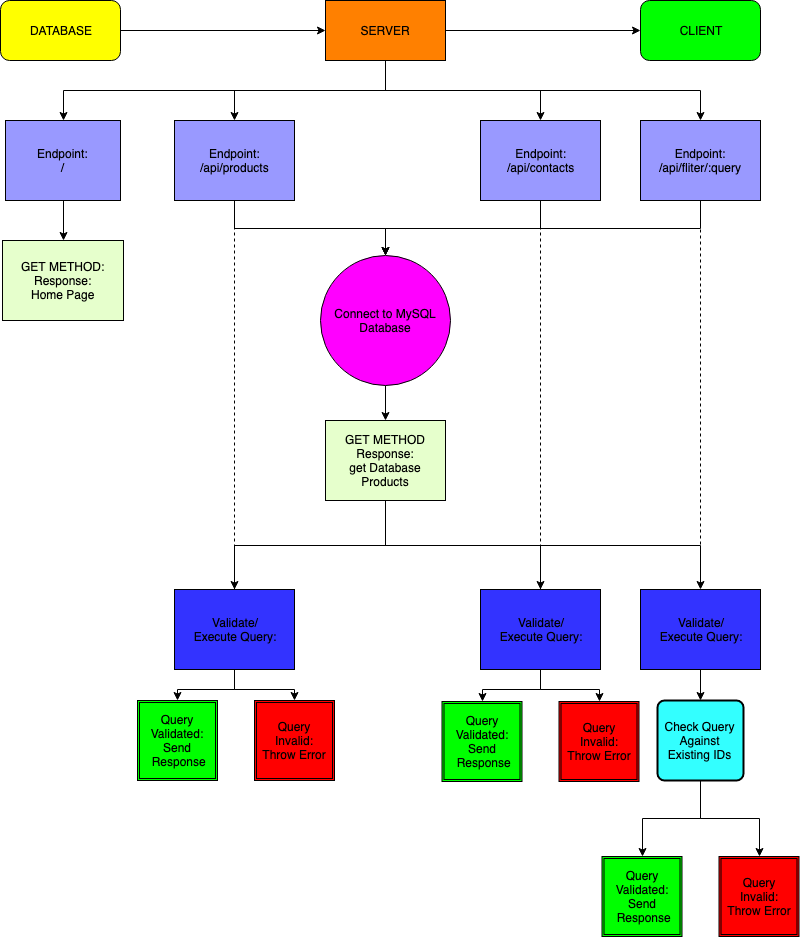
Earlier version of the draw.io export design/Functional_Diagram.png (ConnorNicholson/Project-5-Authentication). Source tidied: cells renumbered, new cells last; positions are measured from the earlier drawing's top-left corner, leaving out a move shared by most shapes.
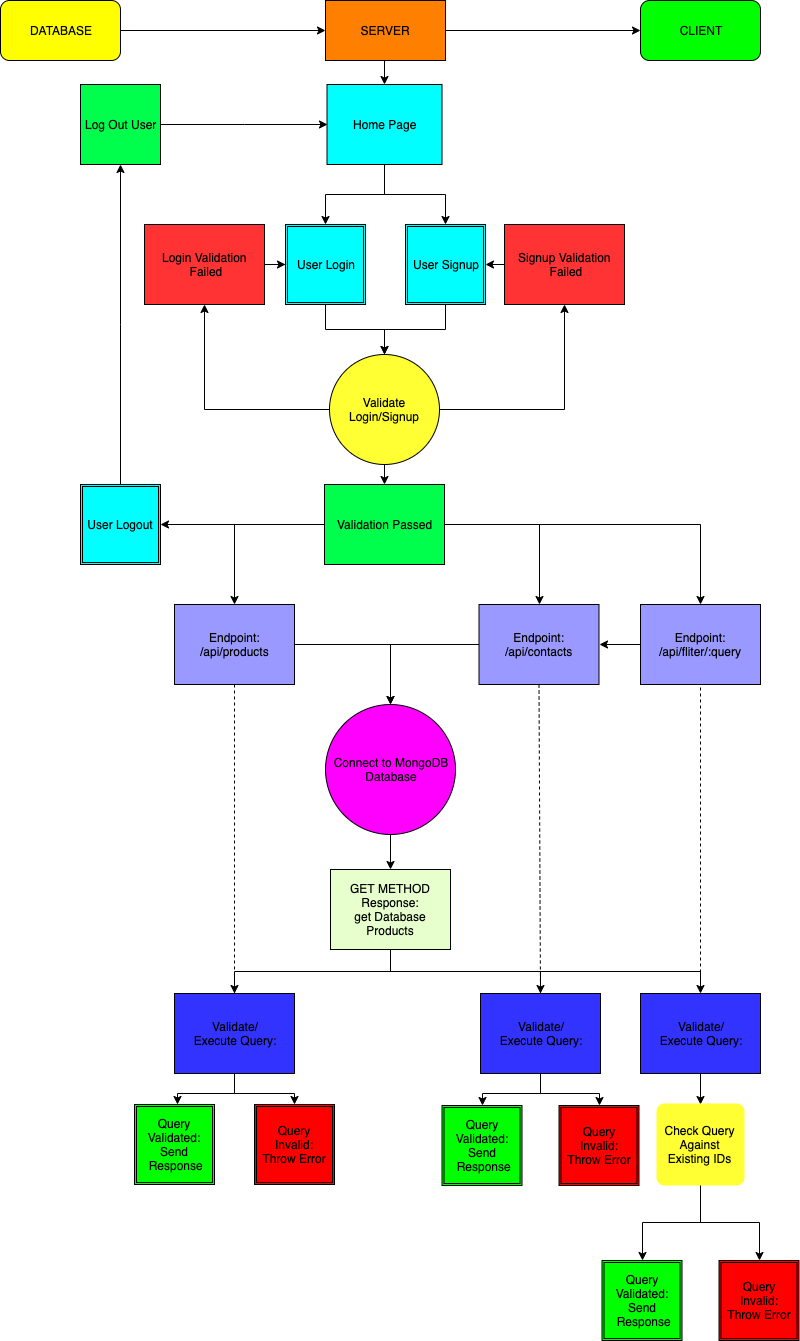
After the commit.

Commit message:
Update to Functional Diagram

Diff of the diagram source:
```diff
@@ -5,18 +5,9 @@
     <mxCell id="2" style="edgeStyle=orthogonalEdgeStyle;rounded=0;jettySize=auto;html=1;exitX=1;exitY=0.5;exitDx=0;exitDy=0;entryX=0;entryY=0.5;entryDx=0;entryDy=0;" parent="1" edge="1" source="7" target="10">
       <mxGeometry relative="1" as="geometry" />
     </mxCell>
-    <mxCell id="3" style="edgeStyle=orthogonalEdgeStyle;rounded=0;jettySize=auto;html=1;exitX=0.5;exitY=1;exitDx=0;exitDy=0;entryX=0.5;entryY=0;entryDx=0;entryDy=0;" parent="1" edge="1" source="7" target="12">
-      <mxGeometry relative="1" as="geometry" />
-    </mxCell>
-    <mxCell id="4" style="edgeStyle=orthogonalEdgeStyle;rounded=0;jettySize=auto;html=1;exitX=0.5;exitY=1;exitDx=0;exitDy=0;entryX=0.5;entryY=0;entryDx=0;entryDy=0;" parent="1" edge="1" source="7" target="16">
-      <mxGeometry relative="1" as="geometry" />
-    </mxCell>
-    <mxCell id="5" style="edgeStyle=orthogonalEdgeStyle;rounded=0;jettySize=auto;html=1;exitX=0.5;exitY=1;exitDx=0;exitDy=0;" parent="1" edge="1" source="7" target="14">
-      <mxGeometry relative="1" as="geometry" />
-    </mxCell>
-    <mxCell id="6" style="edgeStyle=orthogonalEdgeStyle;rounded=0;jettySize=auto;html=1;exitX=0.5;exitY=1;exitDx=0;exitDy=0;" parent="1" edge="1" source="7" target="18">
-      <mxGeometry relative="1" as="geometry" />
-    </mxCell>
+    <mxCell id="46" style="edgeStyle=orthogonalEdgeStyle;rounded=0;jettySize=auto;html=1;exitX=0.5;exitY=1;exitDx=0;exitDy=0;entryX=0.5;entryY=0;entryDx=0;entryDy=0;" parent="1" edge="1" source="7" target="50">
+      <mxGeometry relative="1" as="geometry" />
+    </mxCell>
     <mxCell id="7" value="SERVER" style="rounded=0;whiteSpace=wrap;html=1;fillColor=#FF8000;" parent="1" vertex="1">
       <mxGeometry x="325" width="120" height="60" as="geometry" />
     </mxCell>
@@ -29,38 +20,29 @@
     <mxCell id="10" value="CLIENT" style="rounded=1;whiteSpace=wrap;html=1;fillColor=#00FF00;" parent="1" vertex="1">
       <mxGeometry x="640" width="120" height="60" as="geometry" />
     </mxCell>
-    <mxCell id="11" style="edgeStyle=orthogonalEdgeStyle;rounded=0;jettySize=auto;html=1;exitX=0.5;exitY=1;exitDx=0;exitDy=0;entryX=0.5;entryY=0;entryDx=0;entryDy=0;" parent="1" edge="1" source="12" target="19">
-      <mxGeometry relative="1" as="geometry" />
-    </mxCell>
-    <mxCell id="12" value="Endpoint:&lt;br&gt;/" style="html=1;fillColor=#9999FF;" parent="1" vertex="1">
-      <mxGeometry x="5" y="120" width="115" height="80" as="geometry" />
-    </mxCell>
-    <mxCell id="13" style="edgeStyle=orthogonalEdgeStyle;rounded=0;jettySize=auto;html=1;exitX=0.5;exitY=1;exitDx=0;exitDy=0;entryX=0.5;entryY=0;entryDx=0;entryDy=0;" parent="1" edge="1" source="14" target="21">
-      <mxGeometry relative="1" as="geometry" />
-    </mxCell>
+    <mxCell id="47" style="edgeStyle=orthogonalEdgeStyle;rounded=0;jettySize=auto;html=1;exitX=0;exitY=0.5;exitDx=0;exitDy=0;entryX=1;entryY=0.5;entryDx=0;entryDy=0;" parent="1" edge="1" source="14" target="18">
+      <mxGeometry relative="1" as="geometry" />
+    </mxCell>
     <mxCell id="14" value="Endpoint:&lt;br&gt;/api/fliter/:query" style="html=1;fillColor=#9999FF;" parent="1" vertex="1">
-      <mxGeometry x="640" y="120" width="120" height="80" as="geometry" />
+      <mxGeometry x="640" y="604" width="120" height="80" as="geometry" />
     </mxCell>
-    <mxCell id="15" style="edgeStyle=orthogonalEdgeStyle;rounded=0;jettySize=auto;html=1;exitX=0.5;exitY=1;exitDx=0;exitDy=0;" parent="1" edge="1" source="16" target="21">
+    <mxCell id="15" style="edgeStyle=orthogonalEdgeStyle;rounded=0;jettySize=auto;html=1;exitX=1;exitY=0.5;exitDx=0;exitDy=0;entryX=0.5;entryY=0;entryDx=0;entryDy=0;" parent="1" edge="1" source="16" target="21">
       <mxGeometry relative="1" as="geometry" />
     </mxCell>
     <mxCell id="16" value="Endpoint:&lt;br&gt;/api/products" style="html=1;fillColor=#9999FF;" parent="1" vertex="1">
-      <mxGeometry x="174" y="120" width="120" height="80" as="geometry" />
+      <mxGeometry x="174" y="604" width="120" height="80" as="geometry" />
     </mxCell>
-    <mxCell id="17" style="edgeStyle=orthogonalEdgeStyle;rounded=0;jettySize=auto;html=1;exitX=0.5;exitY=1;exitDx=0;exitDy=0;entryX=0.5;entryY=0;entryDx=0;entryDy=0;" parent="1" edge="1" source="18" target="21">
+    <mxCell id="17" style="edgeStyle=orthogonalEdgeStyle;rounded=0;jettySize=auto;html=1;exitX=0;exitY=0.5;exitDx=0;exitDy=0;entryX=0.5;entryY=0;entryDx=0;entryDy=0;" parent="1" edge="1" source="18" target="21">
       <mxGeometry relative="1" as="geometry" />
     </mxCell>
     <mxCell id="18" value="Endpoint:&lt;br&gt;/api/contacts" style="html=1;fillColor=#9999FF;" parent="1" vertex="1">
-      <mxGeometry x="480" y="120" width="120" height="80" as="geometry" />
+      <mxGeometry x="478.5" y="604" width="120" height="80" as="geometry" />
     </mxCell>
-    <mxCell id="19" value="GET METHOD:&lt;br&gt;Response:&lt;br&gt;Home Page" style="html=1;fillColor=#E6FFCC;" parent="1" vertex="1">
-      <mxGeometry x="2" y="240" width="121" height="80" as="geometry" />
-    </mxCell>
     <mxCell id="20" style="edgeStyle=orthogonalEdgeStyle;rounded=0;jettySize=auto;html=1;exitX=0.5;exitY=1;exitDx=0;exitDy=0;entryX=0.5;entryY=0;entryDx=0;entryDy=0;" parent="1" edge="1" source="21" target="25">
       <mxGeometry relative="1" as="geometry" />
     </mxCell>
-    <mxCell id="21" value="Connect to MySQL&lt;br&gt;Database" style="ellipse;whiteSpace=wrap;html=1;fillColor=#FF00FF;" parent="1" vertex="1">
-      <mxGeometry x="320" y="255" width="130" height="130" as="geometry" />
+    <mxCell id="21" value="Connect to MongoDB&lt;br&gt;Database" style="ellipse;whiteSpace=wrap;html=1;fillColor=#FF00FF;" parent="1" vertex="1">
+      <mxGeometry x="325" y="704" width="130" height="130" as="geometry" />
     </mxCell>
     <mxCell id="22" style="edgeStyle=orthogonalEdgeStyle;rounded=0;jettySize=auto;html=1;exitX=0.5;exitY=1;exitDx=0;exitDy=0;" parent="1" edge="1" source="25" target="31">
       <mxGeometry relative="1" as="geometry" />
@@ -72,16 +54,18 @@
       <mxGeometry relative="1" as="geometry" />
     </mxCell>
     <mxCell id="25" value="GET METHOD&lt;br&gt;Response:&lt;br&gt;get Database&lt;br&gt;Products" style="rounded=0;whiteSpace=wrap;html=1;fillColor=#E6FFCC;" parent="1" vertex="1">
-      <mxGeometry x="325" y="420" width="120" height="80" as="geometry" />
+      <mxGeometry x="330" y="869" width="120" height="80" as="geometry" />
     </mxCell>
-    <mxCell id="26" style="edgeStyle=orthogonalEdgeStyle;rounded=0;jettySize=auto;html=1;exitX=0.5;exitY=1;exitDx=0;exitDy=0;entryX=0.5;entryY=0;entryDx=0;entryDy=0;" parent="1" edge="1" source="28" target="38">
-      <mxGeometry relative="1" as="geometry" />
+    <mxCell id="26" style="edgeStyle=orthogonalEdgeStyle;rounded=0;jettySize=auto;html=1;exitX=0.5;exitY=1;exitDx=0;exitDy=0;entryX=0.5;entryY=0;entryDx=0;entryDy=0;" parent="1" edge="1" source="28">
+      <mxGeometry relative="1" as="geometry">
+        <mxPoint x="177" y="1104" as="targetPoint" />
+      </mxGeometry>
     </mxCell>
     <mxCell id="27" style="edgeStyle=orthogonalEdgeStyle;rounded=0;jettySize=auto;html=1;exitX=0.5;exitY=1;exitDx=0;exitDy=0;entryX=0.5;entryY=0;entryDx=0;entryDy=0;" parent="1" edge="1" source="28" target="37">
       <mxGeometry relative="1" as="geometry" />
     </mxCell>
     <mxCell id="28" value="Validate/&lt;br&gt;Execute Query:" style="rounded=0;whiteSpace=wrap;html=1;fillColor=#3333FF;" parent="1" vertex="1">
-      <mxGeometry x="174" y="589" width="120" height="80" as="geometry" />
+      <mxGeometry x="174" y="993" width="120" height="80" as="geometry" />
     </mxCell>
     <mxCell id="29" style="edgeStyle=orthogonalEdgeStyle;rounded=0;jettySize=auto;html=1;exitX=0.5;exitY=1;exitDx=0;exitDy=0;entryX=0.5;entryY=0;entryDx=0;entryDy=0;" parent="1" edge="1" source="31" target="40">
       <mxGeometry relative="1" as="geometry" />
@@ -90,13 +74,13 @@
       <mxGeometry relative="1" as="geometry" />
     </mxCell>
     <mxCell id="31" value="Validate/&lt;br&gt;Execute Query:" style="rounded=0;whiteSpace=wrap;html=1;fillColor=#3333FF;" parent="1" vertex="1">
-      <mxGeometry x="480" y="589" width="120" height="80" as="geometry" />
+      <mxGeometry x="480" y="993" width="120" height="80" as="geometry" />
     </mxCell>
     <mxCell id="32" style="edgeStyle=orthogonalEdgeStyle;rounded=0;jettySize=auto;html=1;exitX=0.5;exitY=1;exitDx=0;exitDy=0;" parent="1" edge="1" source="33" target="43">
       <mxGeometry relative="1" as="geometry" />
     </mxCell>
     <mxCell id="33" value="Validate/&lt;br&gt;Execute Query:" style="rounded=0;whiteSpace=wrap;html=1;fillColor=#3333FF;" parent="1" vertex="1">
-      <mxGeometry x="640" y="589" width="120" height="80" as="geometry" />
+      <mxGeometry x="640" y="993" width="120" height="80" as="geometry" />
     </mxCell>
     <mxCell id="34" style="endArrow=none;dashed=1;html=1;entryX=0.5;entryY=1;entryDx=0;entryDy=0;exitX=0.5;exitY=0;exitDx=0;exitDy=0;" parent="1" edge="1" source="28" target="16">
       <mxGeometry relative="1" as="geometry" />
@@ -106,20 +90,20 @@
     </mxCell>
     <mxCell id="36" style="endArrow=none;dashed=1;html=1;entryX=0.5;entryY=1;entryDx=0;entryDy=0;" parent="1" edge="1" target="14">
       <mxGeometry relative="1" as="geometry">
-        <mxPoint x="700" y="574" as="sourcePoint" />
+        <mxPoint x="700" y="978" as="sourcePoint" />
       </mxGeometry>
     </mxCell>
     <mxCell id="37" value="Query Invalid:&lt;br&gt;Throw Error" style="shape=ext;double=1;whiteSpace=wrap;html=1;fillColor=#FF0000;" parent="1" vertex="1">
-      <mxGeometry x="254" y="700" width="80" height="80" as="geometry" />
+      <mxGeometry x="254" y="1104" width="80" height="80" as="geometry" />
     </mxCell>
     <mxCell id="38" value="Query&lt;br&gt;Validated:&lt;br&gt;Send&lt;br&gt;&amp;nbsp;Response" style="shape=ext;double=1;whiteSpace=wrap;html=1;fillColor=#00FF00;" parent="1" vertex="1">
-      <mxGeometry x="137" y="700" width="80" height="80" as="geometry" />
+      <mxGeometry x="134" y="1104" width="80" height="80" as="geometry" />
     </mxCell>
     <mxCell id="39" value="Query Invalid:&lt;br&gt;Throw Error" style="shape=ext;double=1;whiteSpace=wrap;html=1;fillColor=#FF0000;" parent="1" vertex="1">
-      <mxGeometry x="558.5" y="701" width="80" height="80" as="geometry" />
+      <mxGeometry x="558.5" y="1105" width="80" height="80" as="geometry" />
     </mxCell>
     <mxCell id="40" value="Query&lt;br&gt;Validated:&lt;br&gt;Send&lt;br&gt;&amp;nbsp;Response" style="shape=ext;double=1;whiteSpace=wrap;html=1;fillColor=#00FF00;" parent="1" vertex="1">
-      <mxGeometry x="441.5" y="701" width="80" height="80" as="geometry" />
+      <mxGeometry x="441.5" y="1105" width="80" height="80" as="geometry" />
     </mxCell>
     <mxCell id="41" style="edgeStyle=orthogonalEdgeStyle;rounded=0;jettySize=auto;html=1;exitX=0.5;exitY=1;exitDx=0;exitDy=0;" parent="1" edge="1" source="43" target="45">
       <mxGeometry relative="1" as="geometry" />
@@ -127,14 +111,86 @@
     <mxCell id="42" style="edgeStyle=orthogonalEdgeStyle;rounded=0;jettySize=auto;html=1;exitX=0.5;exitY=1;exitDx=0;exitDy=0;entryX=0.5;entryY=0;entryDx=0;entryDy=0;" parent="1" edge="1" source="43" target="44">
       <mxGeometry relative="1" as="geometry" />
     </mxCell>
-    <mxCell id="43" value="Check Query Against Existing IDs" style="rounded=1;whiteSpace=wrap;html=1;absoluteArcSize=1;arcSize=14;strokeWidth=2;fillColor=#33FFFF;" parent="1" vertex="1">
-      <mxGeometry x="657" y="700" width="86" height="80" as="geometry" />
+    <mxCell id="43" value="Check Query Against Existing IDs" style="rounded=1;whiteSpace=wrap;html=1;absoluteArcSize=1;arcSize=14;strokeWidth=2;fillColor=#FFFF33;strokeColor=#FFFF33;" parent="1" vertex="1">
+      <mxGeometry x="657" y="1104" width="86" height="80" as="geometry" />
     </mxCell>
     <mxCell id="44" value="Query Invalid:&lt;br&gt;Throw Error" style="shape=ext;double=1;whiteSpace=wrap;html=1;fillColor=#FF0000;" parent="1" vertex="1">
-      <mxGeometry x="718.5" y="856" width="80" height="80" as="geometry" />
+      <mxGeometry x="718.5" y="1260" width="80" height="80" as="geometry" />
     </mxCell>
     <mxCell id="45" value="Query&lt;br&gt;Validated:&lt;br&gt;Send&lt;br&gt;&amp;nbsp;Response" style="shape=ext;double=1;whiteSpace=wrap;html=1;fillColor=#00FF00;" parent="1" vertex="1">
-      <mxGeometry x="601.5" y="856" width="80" height="80" as="geometry" />
+      <mxGeometry x="601.5" y="1260" width="80" height="80" as="geometry" />
     </mxCell>
+    <mxCell id="48" style="edgeStyle=orthogonalEdgeStyle;rounded=0;jettySize=auto;html=1;exitX=0.5;exitY=1;exitDx=0;exitDy=0;entryX=0.5;entryY=0;entryDx=0;entryDy=0;" parent="1" edge="1" source="50" target="52">
+      <mxGeometry relative="1" as="geometry" />
+    </mxCell>
+    <mxCell id="49" style="edgeStyle=orthogonalEdgeStyle;rounded=0;jettySize=auto;html=1;exitX=0.5;exitY=1;exitDx=0;exitDy=0;entryX=0.5;entryY=0;entryDx=0;entryDy=0;" parent="1" edge="1" source="50" target="54">
+      <mxGeometry relative="1" as="geometry" />
+    </mxCell>
+    <mxCell id="50" value="Home Page" style="html=1;fillColor=#00FFFF;" parent="1" vertex="1">
+      <mxGeometry x="326.5" y="84" width="115" height="80" as="geometry" />
+    </mxCell>
+    <mxCell id="51" style="edgeStyle=orthogonalEdgeStyle;rounded=0;jettySize=auto;html=1;entryX=0.5;entryY=0;entryDx=0;entryDy=0;" parent="1" edge="1" source="52" target="58">
+      <mxGeometry relative="1" as="geometry" />
+    </mxCell>
+    <mxCell id="52" value="User Login" style="shape=ext;double=1;whiteSpace=wrap;html=1;fillColor=#00FFFF;" parent="1" vertex="1">
+      <mxGeometry x="285" y="224" width="80" height="80" as="geometry" />
+    </mxCell>
+    <mxCell id="53" style="edgeStyle=orthogonalEdgeStyle;rounded=0;jettySize=auto;html=1;entryX=0.5;entryY=0;entryDx=0;entryDy=0;" parent="1" edge="1" source="54" target="58">
+      <mxGeometry relative="1" as="geometry" />
+    </mxCell>
+    <mxCell id="54" value="User Signup" style="shape=ext;double=1;whiteSpace=wrap;html=1;fillColor=#00FFFF;" parent="1" vertex="1">
+      <mxGeometry x="405" y="224" width="80" height="80" as="geometry" />
+    </mxCell>
+    <mxCell id="55" style="edgeStyle=orthogonalEdgeStyle;rounded=0;jettySize=auto;html=1;entryX=0.5;entryY=1;entryDx=0;entryDy=0;" parent="1" edge="1" source="58" target="60">
+      <mxGeometry relative="1" as="geometry" />
+    </mxCell>
+    <mxCell id="56" style="edgeStyle=orthogonalEdgeStyle;rounded=0;jettySize=auto;html=1;entryX=0.5;entryY=1;entryDx=0;entryDy=0;" parent="1" edge="1" source="58" target="62">
+      <mxGeometry relative="1" as="geometry" />
+    </mxCell>
+    <mxCell id="57" style="edgeStyle=orthogonalEdgeStyle;rounded=0;jettySize=auto;html=1;exitX=0.5;exitY=1;exitDx=0;exitDy=0;entryX=0.5;entryY=0;entryDx=0;entryDy=0;" parent="1" edge="1" source="58" target="67">
+      <mxGeometry relative="1" as="geometry" />
+    </mxCell>
+    <mxCell id="58" value="Validate Login/Signup" style="ellipse;whiteSpace=wrap;html=1;fillColor=#FFFF33;" parent="1" vertex="1">
+      <mxGeometry x="329" y="354" width="110" height="110" as="geometry" />
+    </mxCell>
+    <mxCell id="59" style="edgeStyle=orthogonalEdgeStyle;rounded=0;jettySize=auto;html=1;entryX=0;entryY=0.5;entryDx=0;entryDy=0;" parent="1" edge="1" source="60" target="52">
+      <mxGeometry relative="1" as="geometry" />
+    </mxCell>
+    <mxCell id="60" value="Login Validation &lt;br&gt;Failed" style="html=1;fillColor=#FF3333;" parent="1" vertex="1">
+      <mxGeometry x="144" y="224" width="120" height="80" as="geometry" />
+    </mxCell>
+    <mxCell id="61" style="edgeStyle=orthogonalEdgeStyle;rounded=0;jettySize=auto;html=1;exitX=0;exitY=0.5;exitDx=0;exitDy=0;entryX=1;entryY=0.5;entryDx=0;entryDy=0;" parent="1" edge="1" source="62" target="54">
+      <mxGeometry relative="1" as="geometry" />
+    </mxCell>
+    <mxCell id="62" value="Signup Validation &lt;br&gt;Failed" style="html=1;fillColor=#FF3333;" parent="1" vertex="1">
+      <mxGeometry x="504" y="224" width="120" height="80" as="geometry" />
+    </mxCell>
+    <mxCell id="63" style="edgeStyle=orthogonalEdgeStyle;rounded=0;jettySize=auto;html=1;" parent="1" edge="1" source="67" target="16">
+      <mxGeometry relative="1" as="geometry" />
+    </mxCell>
+    <mxCell id="64" style="edgeStyle=orthogonalEdgeStyle;rounded=0;jettySize=auto;html=1;" parent="1" edge="1" source="67" target="18">
+      <mxGeometry relative="1" as="geometry" />
+    </mxCell>
+    <mxCell id="65" style="edgeStyle=orthogonalEdgeStyle;rounded=0;jettySize=auto;html=1;" parent="1" edge="1" source="67" target="14">
+      <mxGeometry relative="1" as="geometry" />
+    </mxCell>
+    <mxCell id="66" style="edgeStyle=orthogonalEdgeStyle;rounded=0;jettySize=auto;html=1;entryX=1;entryY=0.5;entryDx=0;entryDy=0;" parent="1" edge="1" source="67" target="69">
+      <mxGeometry relative="1" as="geometry" />
+    </mxCell>
+    <mxCell id="67" value="Validation Passed" style="html=1;fillColor=#00FF4C;" parent="1" vertex="1">
+      <mxGeometry x="324" y="484" width="120" height="80" as="geometry" />
+    </mxCell>
+    <mxCell id="68" style="edgeStyle=elbowEdgeStyle;rounded=0;jettySize=auto;html=1;entryX=0.5;entryY=1;entryDx=0;entryDy=0;" parent="1" edge="1" source="69" target="71">
+      <mxGeometry relative="1" as="geometry" />
+    </mxCell>
+    <mxCell id="69" value="User Logout" style="shape=ext;double=1;whiteSpace=wrap;html=1;fillColor=#00FFFF;" parent="1" vertex="1">
+      <mxGeometry x="80" y="484" width="80" height="80" as="geometry" />
+    </mxCell>
+    <mxCell id="70" style="edgeStyle=elbowEdgeStyle;rounded=0;jettySize=auto;html=1;entryX=0;entryY=0.5;entryDx=0;entryDy=0;" parent="1" edge="1" source="71" target="50">
+      <mxGeometry relative="1" as="geometry" />
+    </mxCell>
+    <mxCell id="71" value="Log Out User" style="html=1;fillColor=#00FF4C;" parent="1" vertex="1">
+      <mxGeometry x="80" y="84" width="80" height="80" as="geometry" />
+    </mxCell>
   </root>
 </mxGraphModel>
```
